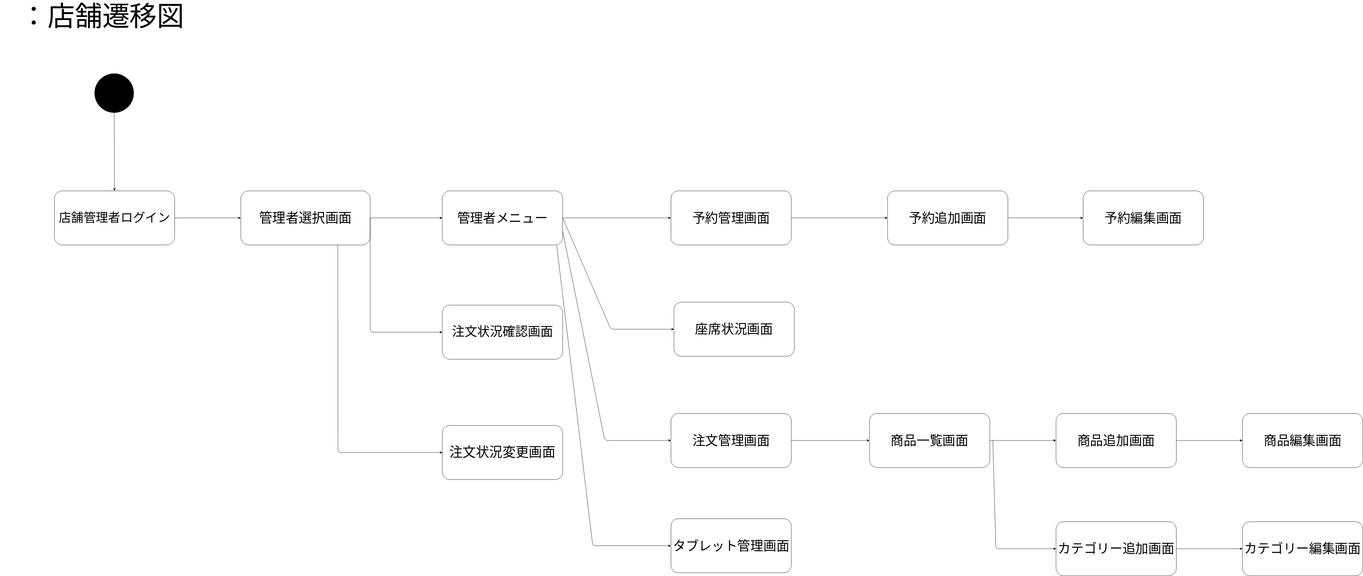
Before: 画面遷移図2.drawio.svg, a diagram exported from draw.io (youryota/sample). Source tidied: cells renumbered, new cells last; positions are measured from the earlier drawing's top-left corner, leaving out a move shared by most shapes. Its diagram source:
```xml
<mxGraphModel>
  <root>
    <mxCell id="0" />
    <mxCell id="1" parent="0" />
    <mxCell id="2" value="&lt;font style=&quot;font-size: 44px;&quot;&gt;管理者選択画面&lt;/font&gt;" style="rounded=1;whiteSpace=wrap;html=1;fontSize=37;fillColor=#FFFFFF;" parent="1" vertex="1">
      <mxGeometry x="800" y="630" width="430" height="180" as="geometry" />
    </mxCell>
    <mxCell id="3" value="&lt;span style=&quot;font-size: 43px;&quot;&gt;管理者メニュー&lt;/span&gt;" style="rounded=1;whiteSpace=wrap;html=1;fontSize=27;fillColor=#FFFFFF;arcSize=14;" parent="1" vertex="1">
      <mxGeometry x="1470" y="630" width="400" height="180" as="geometry" />
    </mxCell>
    <mxCell id="4" value="&lt;font style=&quot;font-size: 41px;&quot;&gt;店舗管理者ログイン&lt;/font&gt;" style="rounded=1;whiteSpace=wrap;html=1;fontSize=27;fillColor=#FFFFFF;" parent="1" vertex="1">
      <mxGeometry x="180.1" y="630" width="400" height="180" as="geometry" />
    </mxCell>
    <mxCell id="5" style="ellipse;whiteSpace=wrap;html=1;fillColor=#000000;" parent="1" vertex="1">
      <mxGeometry x="314" y="240" width="130" height="130" as="geometry" />
    </mxCell>
    <mxCell id="6" value="：店舗遷移図" style="text;html=1;align=center;verticalAlign=middle;whiteSpace=wrap;rounded=0;fontSize=91;" parent="1" vertex="1">
      <mxGeometry width="679" height="100" as="geometry" />
    </mxCell>
    <mxCell id="7" style="endArrow=classic;html=1;exitX=0.5;exitY=1;exitDx=0;exitDy=0;entryX=0.5;entryY=0;entryDx=0;entryDy=0;" parent="1" edge="1" source="5" target="4">
      <mxGeometry relative="1" as="geometry" />
    </mxCell>
    <mxCell id="8" value="&lt;font style=&quot;font-size: 42px;&quot;&gt;注文状況確認画面&lt;/font&gt;" style="rounded=1;whiteSpace=wrap;html=1;fontSize=27;fillColor=#FFFFFF;arcSize=14;" parent="1" vertex="1">
      <mxGeometry x="1470" y="1010" width="400" height="180" as="geometry" />
    </mxCell>
    <mxCell id="9" value="&lt;font style=&quot;font-size: 44px;&quot;&gt;注文状況変更画面&lt;/font&gt;" style="rounded=1;whiteSpace=wrap;html=1;fontSize=27;fillColor=#FFFFFF;arcSize=14;" parent="1" vertex="1">
      <mxGeometry x="1470" y="1410" width="400" height="180" as="geometry" />
    </mxCell>
    <mxCell id="10" style="endArrow=classic;html=1;fontSize=44;exitX=1;exitY=0.5;exitDx=0;exitDy=0;" parent="1" edge="1" source="4" target="2">
      <mxGeometry relative="1" as="geometry" />
    </mxCell>
    <mxCell id="11" style="endArrow=classic;html=1;fontSize=44;entryX=0;entryY=0.5;entryDx=0;entryDy=0;exitX=1;exitY=0.5;exitDx=0;exitDy=0;" parent="1" edge="1" source="2" target="3">
      <mxGeometry relative="1" as="geometry" />
    </mxCell>
    <mxCell id="12" style="endArrow=classic;html=1;fontSize=44;entryX=0;entryY=0.5;entryDx=0;entryDy=0;" parent="1" edge="1" target="8">
      <mxGeometry relative="1" as="geometry">
        <mxPoint x="1230" y="720" as="sourcePoint" />
        <Array as="points">
          <mxPoint x="1230" y="1100" />
        </Array>
      </mxGeometry>
    </mxCell>
    <mxCell id="13" style="endArrow=classic;html=1;fontSize=44;entryX=0;entryY=0.5;entryDx=0;entryDy=0;exitX=0.75;exitY=1;exitDx=0;exitDy=0;" parent="1" edge="1" source="2" target="9">
      <mxGeometry relative="1" as="geometry">
        <Array as="points">
          <mxPoint x="1123" y="1500" />
        </Array>
      </mxGeometry>
    </mxCell>
    <mxCell id="14" value="&lt;span style=&quot;font-size: 43px;&quot;&gt;予約管理画面&lt;/span&gt;" style="rounded=1;whiteSpace=wrap;html=1;fontSize=27;fillColor=#FFFFFF;arcSize=14;" parent="1" vertex="1">
      <mxGeometry x="2230" y="630" width="400" height="180" as="geometry" />
    </mxCell>
    <mxCell id="15" value="&lt;span style=&quot;font-size: 43px;&quot;&gt;座席状況画面&lt;/span&gt;" style="rounded=1;whiteSpace=wrap;html=1;fontSize=27;fillColor=#FFFFFF;arcSize=14;" parent="1" vertex="1">
      <mxGeometry x="2240" y="1000" width="400" height="180" as="geometry" />
    </mxCell>
    <mxCell id="16" value="&lt;span style=&quot;font-size: 43px;&quot;&gt;注文管理画面&lt;/span&gt;" style="rounded=1;whiteSpace=wrap;html=1;fontSize=27;fillColor=#FFFFFF;arcSize=14;" parent="1" vertex="1">
      <mxGeometry x="2230" y="1370" width="400" height="180" as="geometry" />
    </mxCell>
    <mxCell id="17" value="&lt;span style=&quot;font-size: 43px;&quot;&gt;タブレット管理画面&lt;/span&gt;" style="rounded=1;whiteSpace=wrap;html=1;fontSize=27;fillColor=#FFFFFF;arcSize=14;" parent="1" vertex="1">
      <mxGeometry x="2230" y="1720" width="400" height="180" as="geometry" />
    </mxCell>
    <mxCell id="18" style="endArrow=classic;html=1;fontSize=44;exitX=1;exitY=0.5;exitDx=0;exitDy=0;entryX=0;entryY=0.5;entryDx=0;entryDy=0;" parent="1" edge="1" source="3" target="14">
      <mxGeometry relative="1" as="geometry" />
    </mxCell>
    <mxCell id="19" style="endArrow=classic;html=1;fontSize=44;entryX=0;entryY=0.5;entryDx=0;entryDy=0;exitX=1;exitY=0.5;exitDx=0;exitDy=0;" parent="1" edge="1" source="3" target="15">
      <mxGeometry relative="1" as="geometry">
        <Array as="points">
          <mxPoint x="2030" y="1090" />
        </Array>
      </mxGeometry>
    </mxCell>
    <mxCell id="20" style="endArrow=classic;html=1;fontSize=44;entryX=0;entryY=0.5;entryDx=0;entryDy=0;exitX=1;exitY=0.75;exitDx=0;exitDy=0;" parent="1" edge="1" source="3" target="16">
      <mxGeometry relative="1" as="geometry">
        <Array as="points">
          <mxPoint x="2010" y="1460" />
        </Array>
      </mxGeometry>
    </mxCell>
    <mxCell id="21" style="endArrow=classic;html=1;fontSize=44;entryX=0;entryY=0.5;entryDx=0;entryDy=0;" parent="1" edge="1" target="17">
      <mxGeometry relative="1" as="geometry">
        <mxPoint x="1850" y="810" as="sourcePoint" />
        <Array as="points">
          <mxPoint x="1970" y="1810" />
        </Array>
      </mxGeometry>
    </mxCell>
    <mxCell id="22" value="&lt;span style=&quot;font-size: 43px;&quot;&gt;予約追加画面&lt;/span&gt;" style="rounded=1;whiteSpace=wrap;html=1;fontSize=27;fillColor=#FFFFFF;arcSize=14;" parent="1" vertex="1">
      <mxGeometry x="2950" y="630" width="400" height="180" as="geometry" />
    </mxCell>
    <mxCell id="23" value="&lt;span style=&quot;font-size: 43px;&quot;&gt;予約編集画面&lt;/span&gt;" style="rounded=1;whiteSpace=wrap;html=1;fontSize=27;fillColor=#FFFFFF;arcSize=14;" parent="1" vertex="1">
      <mxGeometry x="3600" y="630" width="400" height="180" as="geometry" />
    </mxCell>
    <mxCell id="24" style="endArrow=classic;html=1;fontSize=44;entryX=0;entryY=0.5;entryDx=0;entryDy=0;exitX=1;exitY=0.5;exitDx=0;exitDy=0;" parent="1" edge="1" source="14" target="22">
      <mxGeometry relative="1" as="geometry" />
    </mxCell>
    <mxCell id="25" style="endArrow=classic;html=1;fontSize=44;entryX=0;entryY=0.5;entryDx=0;entryDy=0;exitX=1;exitY=0.5;exitDx=0;exitDy=0;" parent="1" edge="1" source="22" target="23">
      <mxGeometry relative="1" as="geometry" />
    </mxCell>
    <mxCell id="26" value="&lt;span style=&quot;font-size: 43px;&quot;&gt;商品追加画面&lt;/span&gt;" style="rounded=1;whiteSpace=wrap;html=1;fontSize=27;fillColor=#FFFFFF;arcSize=14;" parent="1" vertex="1">
      <mxGeometry x="3510" y="1370" width="400" height="180" as="geometry" />
    </mxCell>
    <mxCell id="27" value="&lt;span style=&quot;font-size: 43px;&quot;&gt;カテゴリー追加画面&lt;/span&gt;" style="rounded=1;whiteSpace=wrap;html=1;fontSize=27;fillColor=#FFFFFF;arcSize=14;" parent="1" vertex="1">
      <mxGeometry x="3510" y="1730" width="400" height="180" as="geometry" />
    </mxCell>
    <mxCell id="28" value="&lt;span style=&quot;font-size: 43px;&quot;&gt;カテゴリー編集画面&lt;/span&gt;" style="rounded=1;whiteSpace=wrap;html=1;fontSize=27;fillColor=#FFFFFF;arcSize=14;" parent="1" vertex="1">
      <mxGeometry x="4130" y="1730" width="400" height="180" as="geometry" />
    </mxCell>
    <mxCell id="29" style="endArrow=classic;html=1;fontSize=44;entryX=0;entryY=0.5;entryDx=0;entryDy=0;exitX=1;exitY=0.5;exitDx=0;exitDy=0;" parent="1" edge="1" source="16">
      <mxGeometry relative="1" as="geometry">
        <mxPoint x="2890" y="1460" as="targetPoint" />
      </mxGeometry>
    </mxCell>
    <mxCell id="30" style="endArrow=classic;html=1;fontSize=44;exitX=1;exitY=0.5;exitDx=0;exitDy=0;entryX=0;entryY=0.5;entryDx=0;entryDy=0;" parent="1" edge="1" target="26">
      <mxGeometry relative="1" as="geometry">
        <mxPoint x="3290" y="1460" as="sourcePoint" />
      </mxGeometry>
    </mxCell>
    <mxCell id="31" value="&lt;span style=&quot;font-size: 43px;&quot;&gt;商品一覧画面&lt;/span&gt;" style="rounded=1;whiteSpace=wrap;html=1;fontSize=27;fillColor=#FFFFFF;arcSize=14;" parent="1" vertex="1">
      <mxGeometry x="2890" y="1370" width="400" height="180" as="geometry" />
    </mxCell>
    <mxCell id="32" value="&lt;span style=&quot;font-size: 43px;&quot;&gt;商品編集画面&lt;/span&gt;" style="rounded=1;whiteSpace=wrap;html=1;fontSize=27;fillColor=#FFFFFF;arcSize=14;" parent="1" vertex="1">
      <mxGeometry x="4130" y="1370" width="400" height="180" as="geometry" />
    </mxCell>
    <mxCell id="33" style="endArrow=classic;html=1;fontSize=44;entryX=0;entryY=0.5;entryDx=0;entryDy=0;exitX=1;exitY=0.5;exitDx=0;exitDy=0;" parent="1" edge="1" source="26" target="32">
      <mxGeometry relative="1" as="geometry" />
    </mxCell>
    <mxCell id="34" style="endArrow=classic;html=1;fontSize=44;entryX=0;entryY=0.5;entryDx=0;entryDy=0;exitX=1;exitY=0.5;exitDx=0;exitDy=0;" parent="1" edge="1" source="27" target="28">
      <mxGeometry relative="1" as="geometry" />
    </mxCell>
    <mxCell id="35" style="endArrow=classic;html=1;fontSize=44;entryX=0;entryY=0.5;entryDx=0;entryDy=0;" parent="1" edge="1" target="27">
      <mxGeometry relative="1" as="geometry">
        <mxPoint x="3300" y="1460" as="sourcePoint" />
        <Array as="points">
          <mxPoint x="3310" y="1820" />
        </Array>
      </mxGeometry>
    </mxCell>
  </root>
</mxGraphModel>
```
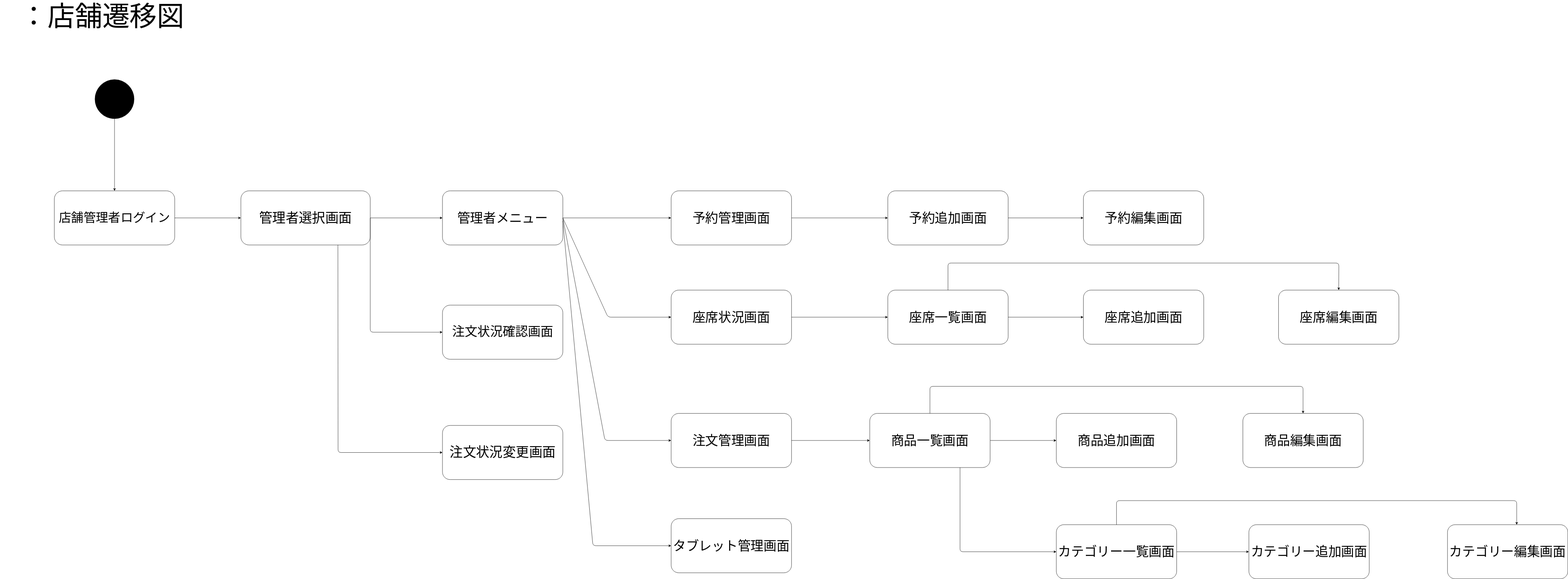
Above is the later version.

The edit, as a diff of the source:
```diff
@@ -12,7 +12,7 @@
       <mxGeometry x="180.1" y="630" width="400" height="180" as="geometry" />
     </mxCell>
     <mxCell id="5" style="ellipse;whiteSpace=wrap;html=1;fillColor=#000000;" parent="1" vertex="1">
-      <mxGeometry x="314" y="240" width="130" height="130" as="geometry" />
+      <mxGeometry x="315.1" y="260" width="130" height="130" as="geometry" />
     </mxCell>
     <mxCell id="6" value="：店舗遷移図" style="text;html=1;align=center;verticalAlign=middle;whiteSpace=wrap;rounded=0;fontSize=91;" parent="1" vertex="1">
       <mxGeometry width="679" height="100" as="geometry" />
@@ -51,7 +51,7 @@
       <mxGeometry x="2230" y="630" width="400" height="180" as="geometry" />
     </mxCell>
     <mxCell id="15" value="&lt;span style=&quot;font-size: 43px;&quot;&gt;座席状況画面&lt;/span&gt;" style="rounded=1;whiteSpace=wrap;html=1;fontSize=27;fillColor=#FFFFFF;arcSize=14;" parent="1" vertex="1">
-      <mxGeometry x="2240" y="1000" width="400" height="180" as="geometry" />
+      <mxGeometry x="2230" y="960" width="400" height="180" as="geometry" />
     </mxCell>
     <mxCell id="16" value="&lt;span style=&quot;font-size: 43px;&quot;&gt;注文管理画面&lt;/span&gt;" style="rounded=1;whiteSpace=wrap;html=1;fontSize=27;fillColor=#FFFFFF;arcSize=14;" parent="1" vertex="1">
       <mxGeometry x="2230" y="1370" width="400" height="180" as="geometry" />
@@ -62,15 +62,9 @@
     <mxCell id="18" style="endArrow=classic;html=1;fontSize=44;exitX=1;exitY=0.5;exitDx=0;exitDy=0;entryX=0;entryY=0.5;entryDx=0;entryDy=0;" parent="1" edge="1" source="3" target="14">
       <mxGeometry relative="1" as="geometry" />
     </mxCell>
-    <mxCell id="19" style="endArrow=classic;html=1;fontSize=44;entryX=0;entryY=0.5;entryDx=0;entryDy=0;exitX=1;exitY=0.5;exitDx=0;exitDy=0;" parent="1" edge="1" source="3" target="15">
-      <mxGeometry relative="1" as="geometry">
-        <Array as="points">
-          <mxPoint x="2030" y="1090" />
-        </Array>
-      </mxGeometry>
-    </mxCell>
-    <mxCell id="20" style="endArrow=classic;html=1;fontSize=44;entryX=0;entryY=0.5;entryDx=0;entryDy=0;exitX=1;exitY=0.75;exitDx=0;exitDy=0;" parent="1" edge="1" source="3" target="16">
+    <mxCell id="20" style="endArrow=classic;html=1;fontSize=44;entryX=0;entryY=0.5;entryDx=0;entryDy=0;" parent="1" edge="1" target="16">
       <mxGeometry relative="1" as="geometry">
+        <mxPoint x="1870" y="720" as="sourcePoint" />
         <Array as="points">
           <mxPoint x="2010" y="1460" />
         </Array>
@@ -78,7 +72,7 @@
     </mxCell>
     <mxCell id="21" style="endArrow=classic;html=1;fontSize=44;entryX=0;entryY=0.5;entryDx=0;entryDy=0;" parent="1" edge="1" target="17">
       <mxGeometry relative="1" as="geometry">
-        <mxPoint x="1850" y="810" as="sourcePoint" />
+        <mxPoint x="1870" y="730" as="sourcePoint" />
         <Array as="points">
           <mxPoint x="1970" y="1810" />
         </Array>
@@ -100,10 +94,10 @@
       <mxGeometry x="3510" y="1370" width="400" height="180" as="geometry" />
     </mxCell>
     <mxCell id="27" value="&lt;span style=&quot;font-size: 43px;&quot;&gt;カテゴリー追加画面&lt;/span&gt;" style="rounded=1;whiteSpace=wrap;html=1;fontSize=27;fillColor=#FFFFFF;arcSize=14;" parent="1" vertex="1">
-      <mxGeometry x="3510" y="1730" width="400" height="180" as="geometry" />
+      <mxGeometry x="4150" y="1740" width="400" height="180" as="geometry" />
     </mxCell>
     <mxCell id="28" value="&lt;span style=&quot;font-size: 43px;&quot;&gt;カテゴリー編集画面&lt;/span&gt;" style="rounded=1;whiteSpace=wrap;html=1;fontSize=27;fillColor=#FFFFFF;arcSize=14;" parent="1" vertex="1">
-      <mxGeometry x="4130" y="1730" width="400" height="180" as="geometry" />
+      <mxGeometry x="4810" y="1740" width="400" height="180" as="geometry" />
     </mxCell>
     <mxCell id="29" style="endArrow=classic;html=1;fontSize=44;entryX=0;entryY=0.5;entryDx=0;entryDy=0;exitX=1;exitY=0.5;exitDx=0;exitDy=0;" parent="1" edge="1" source="16">
       <mxGeometry relative="1" as="geometry">
@@ -121,19 +115,64 @@
     <mxCell id="32" value="&lt;span style=&quot;font-size: 43px;&quot;&gt;商品編集画面&lt;/span&gt;" style="rounded=1;whiteSpace=wrap;html=1;fontSize=27;fillColor=#FFFFFF;arcSize=14;" parent="1" vertex="1">
       <mxGeometry x="4130" y="1370" width="400" height="180" as="geometry" />
     </mxCell>
-    <mxCell id="33" style="endArrow=classic;html=1;fontSize=44;entryX=0;entryY=0.5;entryDx=0;entryDy=0;exitX=1;exitY=0.5;exitDx=0;exitDy=0;" parent="1" edge="1" source="26" target="32">
-      <mxGeometry relative="1" as="geometry" />
+    <mxCell id="33" style="endArrow=classic;html=1;fontSize=44;entryX=0.5;entryY=0;entryDx=0;entryDy=0;exitX=0.5;exitY=0;exitDx=0;exitDy=0;" parent="1" edge="1" source="31" target="32">
+      <mxGeometry relative="1" as="geometry">
+        <Array as="points">
+          <mxPoint x="3090" y="1280" />
+          <mxPoint x="4330" y="1280" />
+        </Array>
+      </mxGeometry>
     </mxCell>
-    <mxCell id="34" style="endArrow=classic;html=1;fontSize=44;entryX=0;entryY=0.5;entryDx=0;entryDy=0;exitX=1;exitY=0.5;exitDx=0;exitDy=0;" parent="1" edge="1" source="27" target="28">
-      <mxGeometry relative="1" as="geometry" />
-    </mxCell>
-    <mxCell id="35" style="endArrow=classic;html=1;fontSize=44;entryX=0;entryY=0.5;entryDx=0;entryDy=0;" parent="1" edge="1" target="27">
+    <mxCell id="35" style="endArrow=classic;html=1;fontSize=44;exitX=0.75;exitY=1;exitDx=0;exitDy=0;entryX=0;entryY=0.5;entryDx=0;entryDy=0;" parent="1" edge="1" source="31" target="36">
       <mxGeometry relative="1" as="geometry">
-        <mxPoint x="3300" y="1460" as="sourcePoint" />
         <Array as="points">
-          <mxPoint x="3310" y="1820" />
+          <mxPoint x="3190" y="1830" />
         </Array>
       </mxGeometry>
     </mxCell>
+    <mxCell id="36" value="&lt;span style=&quot;font-size: 43px;&quot;&gt;カテゴリー一覧画面&lt;/span&gt;" style="rounded=1;whiteSpace=wrap;html=1;fontSize=27;fillColor=#FFFFFF;arcSize=14;" parent="1" vertex="1">
+      <mxGeometry x="3510" y="1740" width="400" height="180" as="geometry" />
+    </mxCell>
+    <mxCell id="37" style="endArrow=classic;html=1;entryX=0;entryY=0.5;entryDx=0;entryDy=0;exitX=1;exitY=0.5;exitDx=0;exitDy=0;" parent="1" edge="1" source="36" target="27">
+      <mxGeometry relative="1" as="geometry" />
+    </mxCell>
+    <mxCell id="38" value="&lt;span style=&quot;font-size: 43px;&quot;&gt;座席一覧画面&lt;/span&gt;" style="rounded=1;whiteSpace=wrap;html=1;fontSize=27;fillColor=#FFFFFF;arcSize=14;" parent="1" vertex="1">
+      <mxGeometry x="2950" y="960" width="400" height="180" as="geometry" />
+    </mxCell>
+    <mxCell id="39" value="&lt;span style=&quot;font-size: 43px;&quot;&gt;座席追加画面&lt;/span&gt;" style="rounded=1;whiteSpace=wrap;html=1;fontSize=27;fillColor=#FFFFFF;arcSize=14;" parent="1" vertex="1">
+      <mxGeometry x="3600" y="960" width="400" height="180" as="geometry" />
+    </mxCell>
+    <mxCell id="40" value="&lt;span style=&quot;font-size: 43px;&quot;&gt;座席編集画面&lt;/span&gt;" style="rounded=1;whiteSpace=wrap;html=1;fontSize=27;fillColor=#FFFFFF;arcSize=14;" parent="1" vertex="1">
+      <mxGeometry x="4248.5" y="960" width="400" height="180" as="geometry" />
+    </mxCell>
+    <mxCell id="41" style="endArrow=classic;html=1;exitX=1;exitY=0.5;exitDx=0;exitDy=0;entryX=0;entryY=0.5;entryDx=0;entryDy=0;" parent="1" edge="1" source="15" target="38">
+      <mxGeometry relative="1" as="geometry" />
+    </mxCell>
+    <mxCell id="19" style="endArrow=classic;html=1;exitX=1;exitY=0.5;exitDx=0;exitDy=0;entryX=0;entryY=0.5;entryDx=0;entryDy=0;" parent="1" edge="1" source="3" target="15">
+      <mxGeometry relative="1" as="geometry">
+        <Array as="points">
+          <mxPoint x="2020" y="1050" />
+        </Array>
+      </mxGeometry>
+    </mxCell>
+    <mxCell id="42" style="endArrow=classic;html=1;exitX=1;exitY=0.5;exitDx=0;exitDy=0;entryX=0;entryY=0.5;entryDx=0;entryDy=0;" parent="1" edge="1" source="38" target="39">
+      <mxGeometry relative="1" as="geometry" />
+    </mxCell>
+    <mxCell id="43" style="endArrow=classic;html=1;exitX=0.5;exitY=0;exitDx=0;exitDy=0;entryX=0.5;entryY=0;entryDx=0;entryDy=0;" parent="1" edge="1" source="38" target="40">
+      <mxGeometry relative="1" as="geometry">
+        <Array as="points">
+          <mxPoint x="3150" y="870" />
+          <mxPoint x="4449" y="870" />
+        </Array>
+      </mxGeometry>
+    </mxCell>
+    <mxCell id="44" style="endArrow=classic;html=1;exitX=0.5;exitY=0;exitDx=0;exitDy=0;entryX=0.575;entryY=0;entryDx=0;entryDy=0;entryPerimeter=0;" parent="1" edge="1" source="36" target="28">
+      <mxGeometry relative="1" as="geometry">
+        <Array as="points">
+          <mxPoint x="3710" y="1660" />
+          <mxPoint x="5040" y="1660" />
+        </Array>
+      </mxGeometry>
+    </mxCell>
   </root>
 </mxGraphModel>
```
